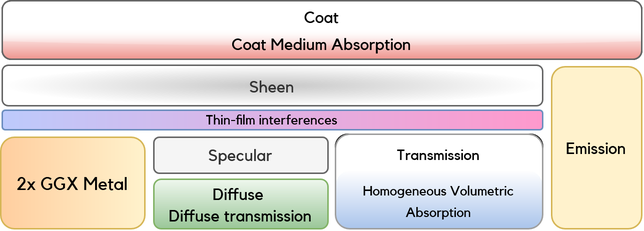
Earlier version of the draw.io export README_data/img/LayeredBSDF.png (TomClabault/HIPRT-Path-Tracer). Source tidied: cells renumbered, new cells last; positions are measured from the earlier drawing's top-left corner, leaving out a move shared by most shapes.
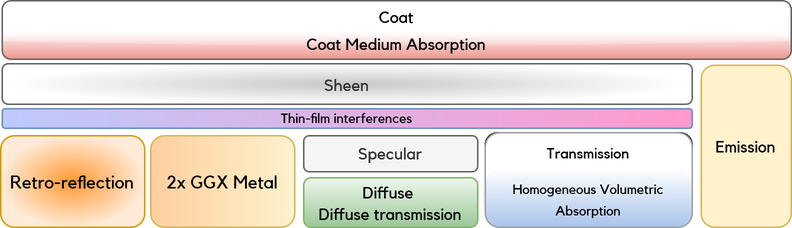
After the commit.

Commit message:
Update README Layered BSDF diagram

What changed in the source:
```diff
@@ -2,14 +2,11 @@
   <root>
     <mxCell id="0" />
     <mxCell id="1" parent="0" />
-    <mxCell id="2" style="rounded=1;whiteSpace=wrap;html=1;strokeWidth=1;" parent="1" vertex="1">
-      <mxGeometry x="1" width="426" height="39" as="geometry" />
-    </mxCell>
     <mxCell id="3" style="rounded=1;whiteSpace=wrap;html=1;strokeWidth=1;" parent="1" vertex="1">
       <mxGeometry x="223" y="89" width="138" height="55" as="geometry" />
     </mxCell>
     <mxCell id="4" value="&lt;font style=&quot;font-size: 11px;&quot; face=&quot;Kollektif&quot;&gt;Sheen&lt;/font&gt;" style="rounded=1;whiteSpace=wrap;html=1;fillColor=#C7C7C7;fontColor=#333333;strokeColor=#666666;gradientColor=#FFFFFF;gradientDirection=radial;" parent="1" vertex="1">
-      <mxGeometry x="1" y="43" width="360" height="27" as="geometry" />
+      <mxGeometry x="-99" y="43" width="460" height="27" as="geometry" />
     </mxCell>
     <mxCell id="5" value="&lt;font face=&quot;Kollektif&quot;&gt;2x GGX Metal&lt;br&gt;&lt;/font&gt;" style="rounded=1;whiteSpace=wrap;html=1;fillColor=#fff2cc;strokeColor=#d6b656;gradientColor=#FFCE9F;gradientDirection=west;" parent="1" vertex="1">
       <mxGeometry y="91" width="96" height="61" as="geometry" />
@@ -33,19 +30,22 @@
       <mxGeometry x="223" y="89" width="138" height="63" as="geometry" />
     </mxCell>
     <mxCell id="12" style="group;" parent="1" vertex="1">
-      <mxGeometry x="1" y="1" width="426" height="38" as="geometry" />
+      <mxGeometry x="-99" y="2" width="526" height="38" as="geometry" />
     </mxCell>
     <mxCell id="13" value="&lt;div style=&quot;font-size: 11px;&quot;&gt;&lt;font style=&quot;font-size: 11px;&quot; face=&quot;Kollektif&quot;&gt;Coat&lt;/font&gt;&lt;/div&gt;" style="rounded=1;whiteSpace=wrap;html=1;gradientDirection=radial;glass=0;rotation=0;strokeWidth=0;perimeterSpacing=1;strokeColor=none;" parent="12" vertex="1">
-      <mxGeometry width="426" height="20" as="geometry" />
+      <mxGeometry width="526" height="20" as="geometry" />
     </mxCell>
     <mxCell id="14" value="&lt;div style=&quot;font-size: 11px;&quot;&gt;&lt;font style=&quot;font-size: 11px;&quot; face=&quot;Kollektif&quot;&gt;Coat Medium Absorption&lt;br&gt;&lt;/font&gt;&lt;/div&gt;" style="rounded=1;whiteSpace=wrap;html=1;gradientDirection=south;gradientColor=#EF958F;perimeterSpacing=0;glass=1;imageWidth=34;imageHeight=3;fillColor=default;strokeWidth=0;arcSize=26;strokeColor=none;" parent="12" vertex="1">
-      <mxGeometry y="18" width="426" height="20" as="geometry" />
+      <mxGeometry y="18" width="526" height="20" as="geometry" />
     </mxCell>
     <mxCell id="15" style="rounded=1;whiteSpace=wrap;html=1;fillColor=none;fontColor=#333333;strokeColor=#666666;strokeWidth=1;" parent="1" vertex="1">
-      <mxGeometry x="1" width="426" height="39" as="geometry" />
+      <mxGeometry x="-99" y="1" width="526" height="39" as="geometry" />
     </mxCell>
     <mxCell id="16" value="&lt;font style=&quot;font-size: 9px;&quot;&gt;Thin-film interferences&lt;br style=&quot;font-size: 9px;&quot;&gt;&lt;/font&gt;" style="rounded=1;whiteSpace=wrap;html=1;fillColor=#BDCAFC;strokeColor=#6c8ebf;gradientDirection=east;gradientColor=#FF99CC;glass=0;verticalAlign=middle;fontSize=9;fontFamily=Kollektif;fontSource=https%3A%2F%2Ffonts.googleapis.com%2Fcss%3Ffamily%3DKollektif;" parent="1" vertex="1">
-      <mxGeometry x="1" y="73" width="360" height="13" as="geometry" />
+      <mxGeometry x="-99" y="73" width="460" height="13" as="geometry" />
     </mxCell>
+    <mxCell id="17" value="&lt;font face=&quot;Kollektif&quot;&gt;Retro-reflection&lt;/font&gt;" style="rounded=1;whiteSpace=wrap;html=1;fillColor=light-dark(#ff9933, #36210a);strokeColor=#d79b00;gradientDirection=radial;gradientColor=light-dark(#ffebd7, #ededed);strokeWidth=1;perimeterSpacing=0;" parent="1" vertex="1">
+      <mxGeometry x="-100" y="91" width="96" height="61" as="geometry" />
+    </mxCell>
   </root>
 </mxGraphModel>
```
